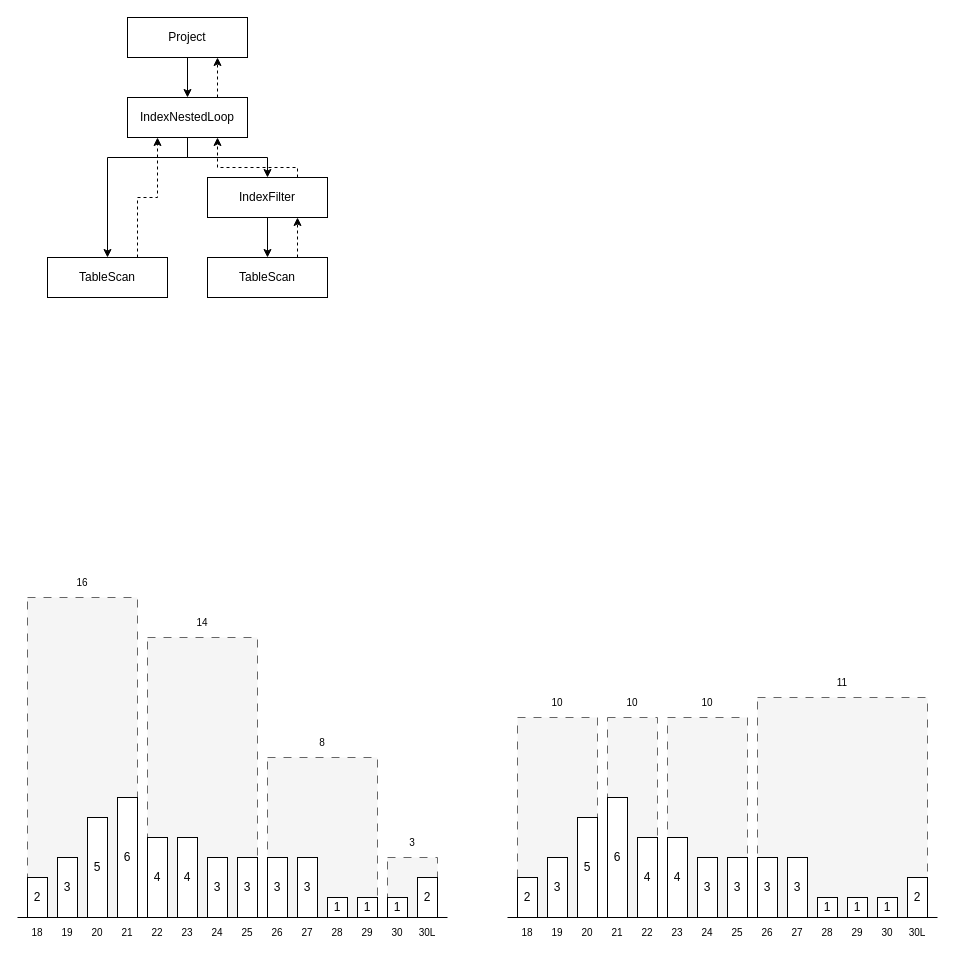
Above: page "Chapter 6" (4 of 5) of src/figures/diagrams.drawio in arcangelochine/adb (draw.io), before the change. Source tidied: cells renumbered, new cells numbered last; positions are measured from the earlier drawing's top-left corner, leaving out a move shared by most shapes. Both pictures are drawn from the tidied source at 100%, with x=0, y=0 at pixel (17, 17).
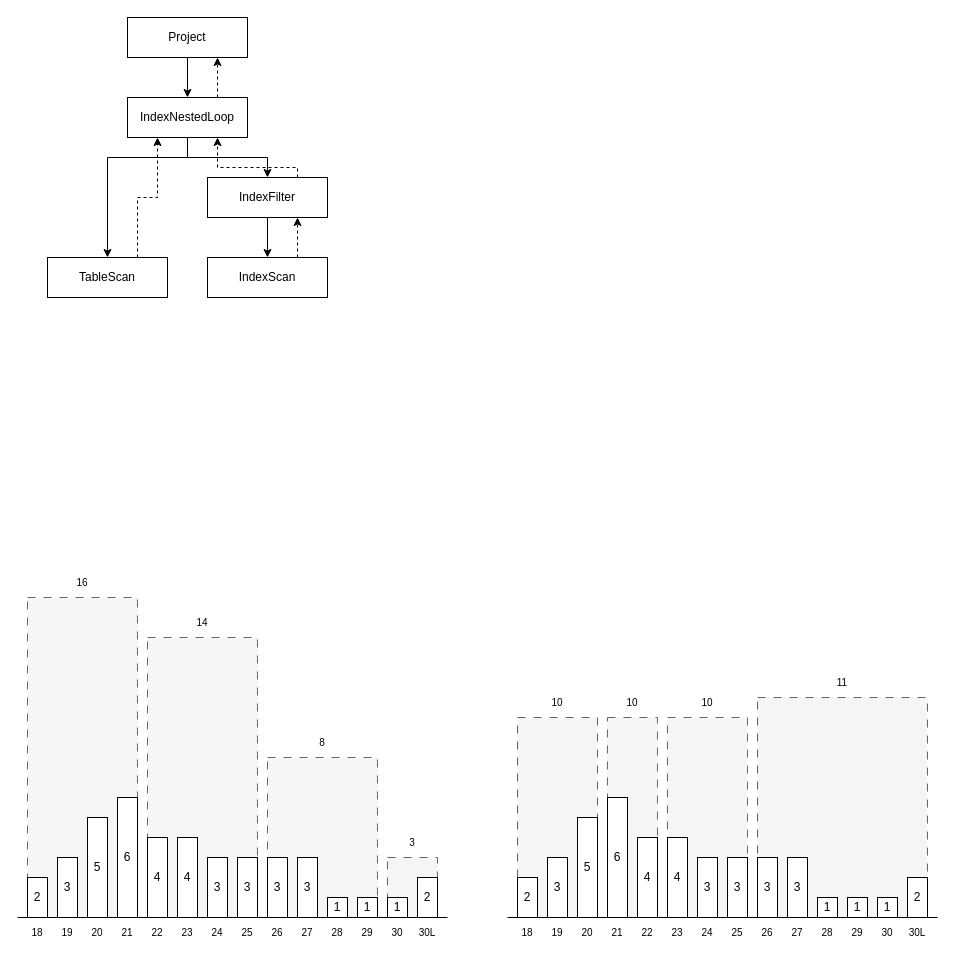
The same diagram, later.

What changed in the source:
```diff
@@
-    <mxCell id="80" value="TableScan" style="rounded=0;whiteSpace=wrap;html=1;" parent="1" vertex="1">
+    <mxCell id="80" value="IndexScan" style="rounded=0;whiteSpace=wrap;html=1;" parent="1" vertex="1">
       <mxGeometry x="190" y="240" width="120" height="40" as="geometry" />
     </mxCell>
```
